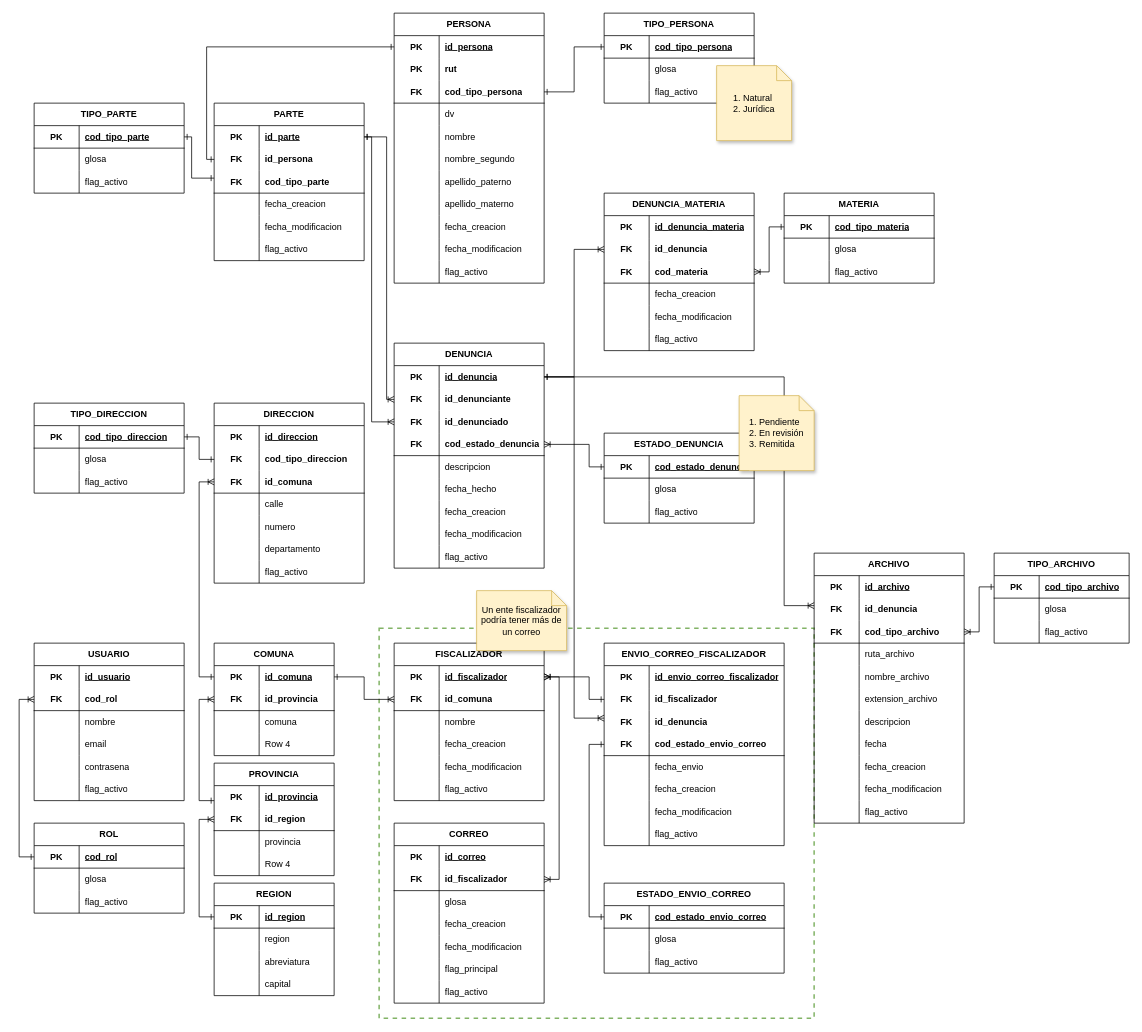
The draw.io diagram docs/QuieroDenunciar - ER.drawio in hernanBeiza/QuieroDenunciarAPI, before the edit. Source tidied: cells renumbered, new cells numbered last; positions are measured from the earlier drawing's top-left corner, leaving out a move shared by most shapes. Both pictures are drawn from the tidied source at 75%, with x=0, y=0 at pixel (19, 13).
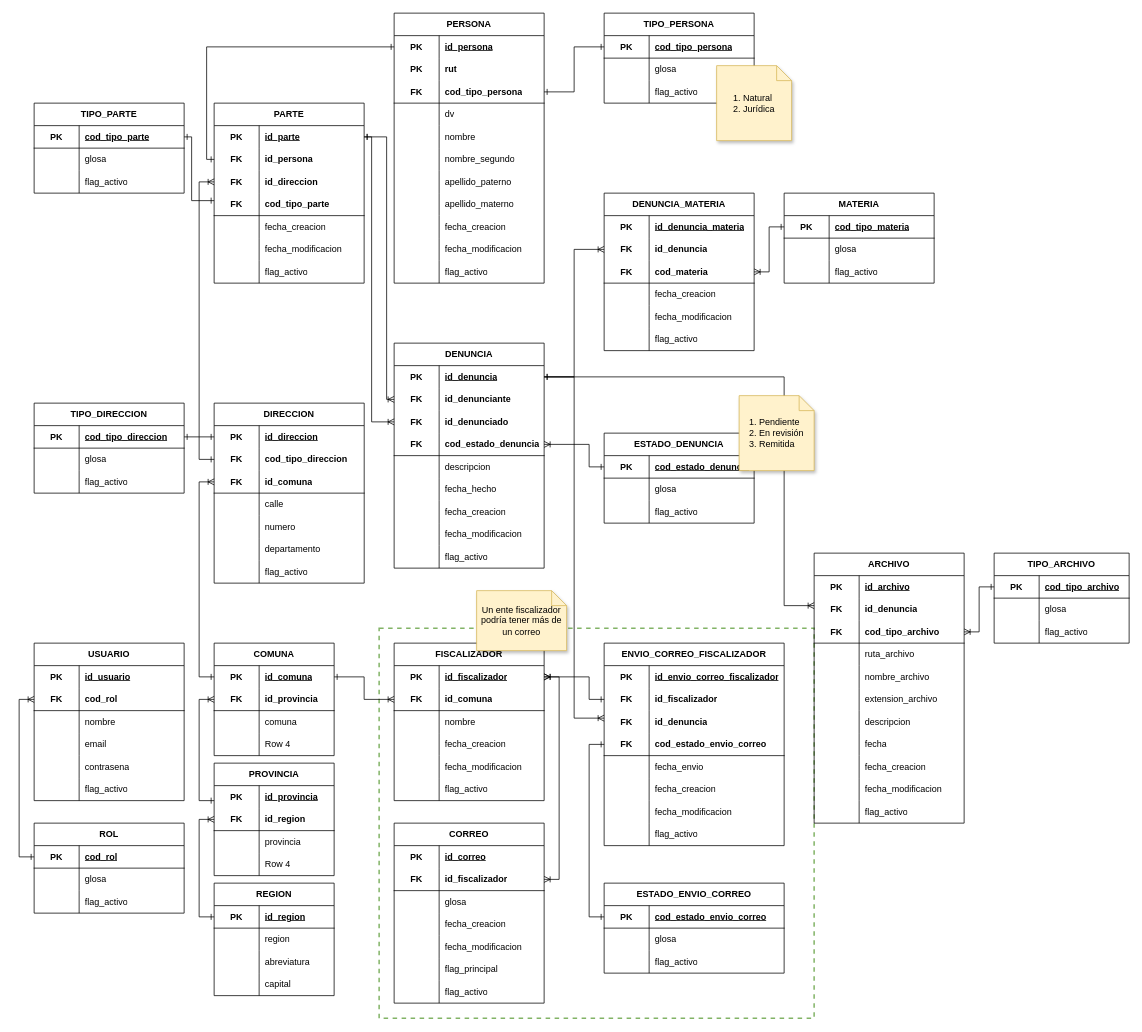
After the change.

Unchanged cells that the change refers to:
```xml
<mxCell id="85" style="shape=tableRow;horizontal=0;startSize=0;swimlaneHead=0;swimlaneBody=0;fillColor=none;points=[[0,0.5],[1,0.5]];portConstraint=eastwest;top=0;left=0;right=0;bottom=0;html=1;" parent="84" vertex="1">
  <mxGeometry y="30" width="200.1" height="30" as="geometry" />
</mxCell>
<mxCell id="185" style="shape=tableRow;horizontal=0;startSize=0;swimlaneHead=0;swimlaneBody=0;fillColor=none;points=[[0,0.5],[1,0.5]];portConstraint=eastwest;top=0;left=0;right=0;bottom=1;html=1;" parent="184" vertex="1">
  <mxGeometry y="30" width="200" height="30" as="geometry" />
</mxCell>
```

Change to the diagram source:
```diff
@@
     <mxCell id="3" value="PARTE" style="shape=table;startSize=30;childLayout=tableLayout;rowLines=0;fontStyle=1;align=center;html=1;whiteSpace=wrap;" parent="1" vertex="1">
-      <mxGeometry x="260" y="120" width="200" height="210" as="geometry" />
+      <mxGeometry x="260" y="120" width="200" height="240" as="geometry" />
     </mxCell>
@@
+    <mxCell id="386" style="shape=tableRow;horizontal=0;startSize=0;swimlaneHead=0;swimlaneBody=0;fillColor=none;points=[[0,0.5],[1,0.5]];portConstraint=eastwest;top=0;left=0;right=0;bottom=0;html=1;" parent="3" vertex="1">
+      <mxGeometry y="90" width="200" height="30" as="geometry" />
+    </mxCell>
+    <mxCell id="387" value="FK" style="shape=partialRectangle;fillColor=none;top=0;left=0;bottom=0;right=0;fontStyle=1;overflow=hidden;html=1;whiteSpace=wrap;" parent="386" vertex="1">
+      <mxGeometry width="60" height="30" as="geometry" />
+    </mxCell>
+    <mxCell id="388" value="id_direccion" style="shape=partialRectangle;fillColor=none;top=0;left=0;bottom=0;right=0;align=left;spacingLeft=6;fontStyle=1;overflow=hidden;html=1;whiteSpace=wrap;" parent="386" vertex="1">
+      <mxGeometry x="60" width="140" height="30" as="geometry" />
+    </mxCell>
     <mxCell id="10" style="shape=tableRow;horizontal=0;startSize=0;swimlaneHead=0;swimlaneBody=0;fillColor=none;points=[[0,0.5],[1,0.5]];portConstraint=eastwest;top=0;left=0;right=0;bottom=1;html=1;" parent="3" vertex="1">
-      <mxGeometry y="90" width="200" height="30" as="geometry" />
+      <mxGeometry y="120" width="200" height="30" as="geometry" />
     </mxCell>
@@
     <mxCell id="13" style="shape=tableRow;horizontal=0;startSize=0;swimlaneHead=0;swimlaneBody=0;fillColor=none;top=0;left=0;right=0;bottom=0;html=1;" parent="3" vertex="1">
-      <mxGeometry y="120" width="200" height="30" as="geometry" />
+      <mxGeometry y="150" width="200" height="30" as="geometry" />
     </mxCell>
@@
     <mxCell id="16" style="shape=tableRow;horizontal=0;startSize=0;swimlaneHead=0;swimlaneBody=0;fillColor=none;top=0;left=0;right=0;bottom=0;html=1;" parent="3" vertex="1">
-      <mxGeometry y="150" width="200" height="30" as="geometry" />
+      <mxGeometry y="180" width="200" height="30" as="geometry" />
     </mxCell>
@@
     <mxCell id="19" style="shape=tableRow;horizontal=0;startSize=0;swimlaneHead=0;swimlaneBody=0;fillColor=none;top=0;left=0;right=0;bottom=0;html=1;" parent="3" vertex="1">
-      <mxGeometry y="180" width="200" height="30" as="geometry" />
+      <mxGeometry y="210" width="200" height="30" as="geometry" />
     </mxCell>
@@
     <mxCell id="195" style="edgeStyle=orthogonalEdgeStyle;rounded=0;jettySize=auto;html=1;startArrow=ERone;startFill=0;endArrow=ERone;endFill=0;" parent="1" edge="1" source="10" target="185">
       <mxGeometry relative="1" as="geometry">
         <Array as="points">
-          <mxPoint x="230" y="220" />
+          <mxPoint x="230" y="250" />
           <mxPoint x="230" y="165" />
         </Array>
       </mxGeometry>
     </mxCell>
@@
+    <mxCell id="389" style="edgeStyle=orthogonalEdgeStyle;rounded=0;jettySize=auto;html=1;exitX=0;exitY=0.5;exitDx=0;exitDy=0;entryX=0;entryY=0.5;entryDx=0;entryDy=0;startArrow=ERoneToMany;startFill=0;endArrow=ERone;endFill=0;" parent="1" edge="1" source="386" target="85">
+      <mxGeometry relative="1" as="geometry" />
+    </mxCell>
```
